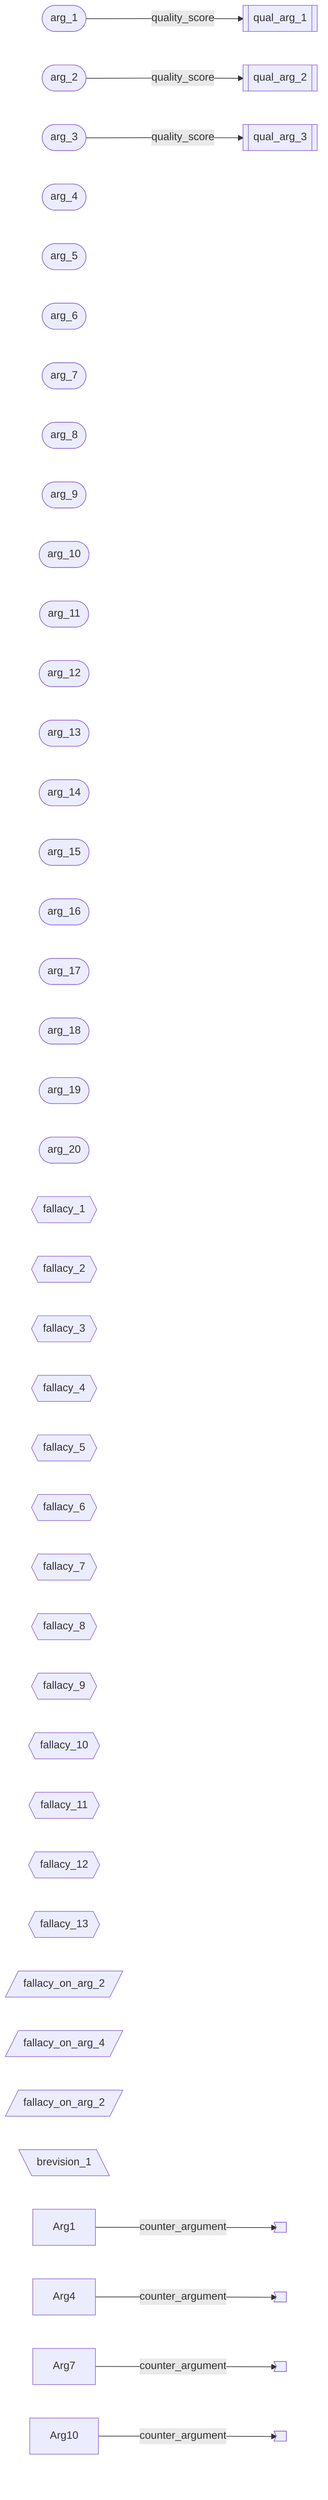
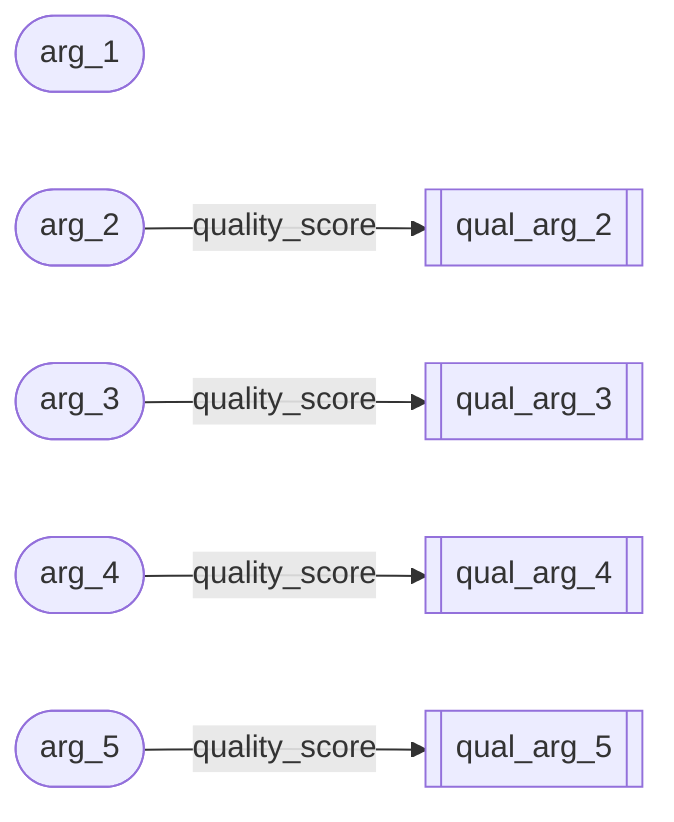
graph LR
  arg_1(["arg_1"])
  arg_2(["arg_2"])
  arg_3(["arg_3"])
  arg_4(["arg_4"])
  arg_5(["arg_5"])
-   arg_6(["arg_6"])
-   arg_7(["arg_7"])
-   arg_8(["arg_8"])
-   arg_9(["arg_9"])
-   arg_10(["arg_10"])
-   arg_11(["arg_11"])
-   arg_12(["arg_12"])
-   arg_13(["arg_13"])
-   arg_14(["arg_14"])
-   arg_15(["arg_15"])
-   arg_16(["arg_16"])
-   arg_17(["arg_17"])
-   arg_18(["arg_18"])
-   arg_19(["arg_19"])
-   arg_20(["arg_20"])
-   fallacy_1{{"fallacy_1"}}
-   fallacy_2{{"fallacy_2"}}
-   fallacy_3{{"fallacy_3"}}
-   fallacy_4{{"fallacy_4"}}
-   fallacy_5{{"fallacy_5"}}
-   fallacy_6{{"fallacy_6"}}
-   fallacy_7{{"fallacy_7"}}
-   fallacy_8{{"fallacy_8"}}
-   fallacy_9{{"fallacy_9"}}
-   fallacy_10{{"fallacy_10"}}
-   fallacy_11{{"fallacy_11"}}
-   fallacy_12{{"fallacy_12"}}
-   fallacy_13{{"fallacy_13"}}
-   jtms_1[/"fallacy_on_arg_2"/]
-   jtms_2[/"fallacy_on_arg_4"/]
-   jtms_3[/"fallacy_on_arg_2"/]
-   brevision_1[\"brevision_1"\]
-   ca_1>"<scrubbed>"]
-   ca_2>"<scrubbed>"]
-   ca_3>"<scrubbed>"]
-   ca_4>"<scrubbed>"]
-   qual_arg_1[["qual_arg_1"]]
  qual_arg_2[["qual_arg_2"]]
  qual_arg_3[["qual_arg_3"]]
-   Arg1 -->|counter_argument| ca_1
-   Arg4 -->|counter_argument| ca_2
-   Arg7 -->|counter_argument| ca_3
-   Arg10 -->|counter_argument| ca_4
-   arg_1 -->|quality_score| qual_arg_1
+   qual_arg_4[["qual_arg_4"]]
+   qual_arg_5[["qual_arg_5"]]
  arg_2 -->|quality_score| qual_arg_2
-   arg_3 -->|quality_score| qual_arg_3+   arg_3 -->|quality_score| qual_arg_3
+   arg_4 -->|quality_score| qual_arg_4
+   arg_5 -->|quality_score| qual_arg_5